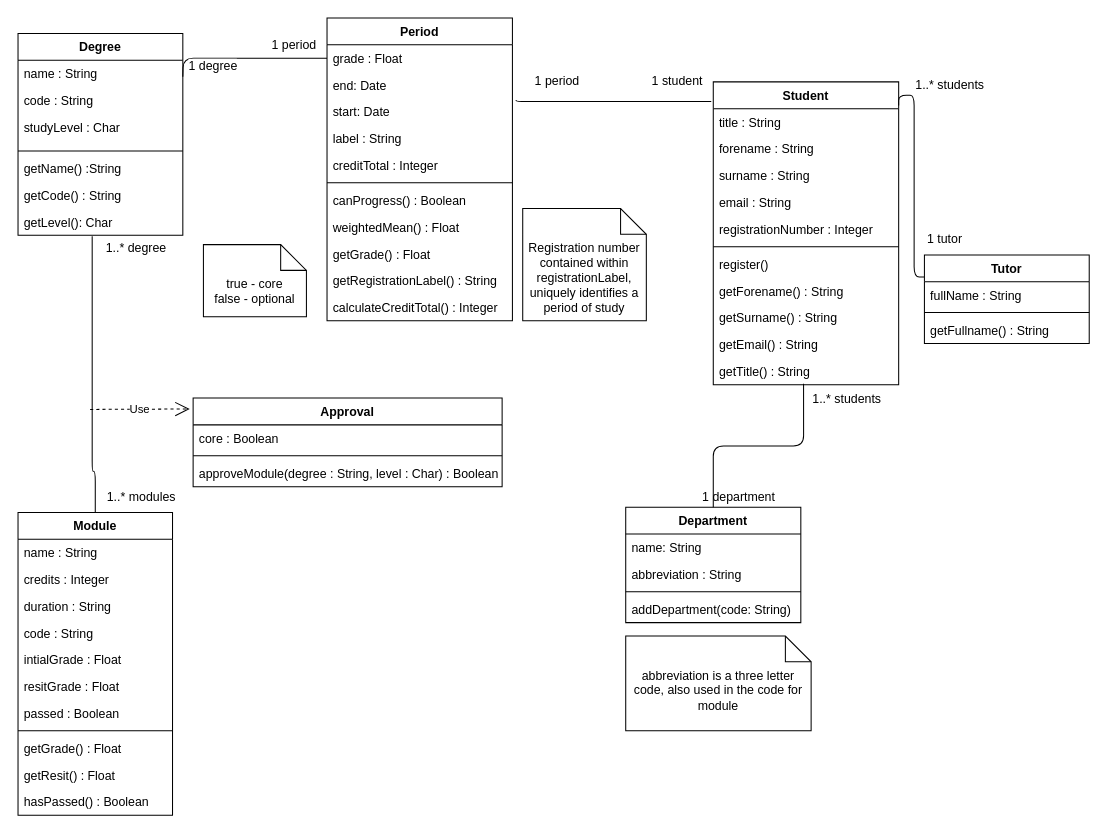
Earlier version of the draw.io diagram Initial Information Model.drawio (SB-Baek/com2008). Source tidied: cells renumbered, new cells numbered last; positions are measured from the earlier drawing's top-left corner, leaving out a move shared by most shapes. Both pictures are drawn from the tidied source at 103%, with x=0, y=0 at pixel (18, 18).
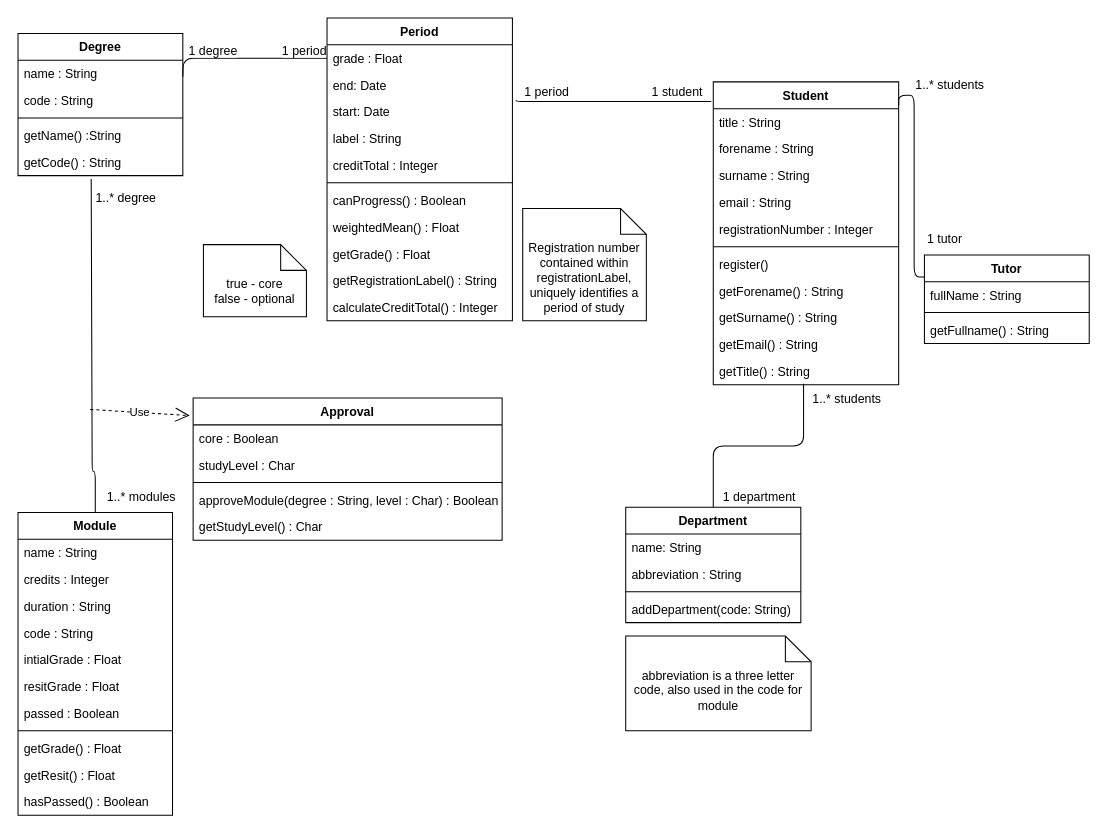
After the change.

Unchanged cells that the change refers to:
```xml
<mxCell id="10" value="Module&#10;" style="swimlane;fontStyle=1;align=center;verticalAlign=top;horizontal=1;startSize=26;" parent="1" vertex="1">
  <mxGeometry y="480" width="150" height="294" as="geometry" />
</mxCell>
<mxCell id="34" style="endArrow=none;html=1;edgeStyle=orthogonalEdgeStyle;entryX=-0.011;entryY=0.065;entryDx=0;entryDy=0;entryPerimeter=0;exitX=1.02;exitY=0.06;exitDx=0;exitDy=0;exitPerimeter=0;" parent="1" edge="1" source="57" target="22">
  <mxGeometry relative="1" as="geometry">
    <Array as="points">
      <mxPoint x="484" y="81" />
    </Array>
  </mxGeometry>
</mxCell>
<mxCell id="41" style="endArrow=none;html=1;edgeStyle=orthogonalEdgeStyle;fontSize=12;entryX=0;entryY=0.5;entryDx=0;entryDy=0;" parent="1" edge="1" target="55">
  <mxGeometry relative="1" as="geometry">
    <mxPoint x="160" y="57" as="sourcePoint" />
  </mxGeometry>
</mxCell>
```

The edit, as a diff of the source:
```diff
@@
     <mxCell id="2" value="Degree" style="swimlane;fontStyle=1;align=center;verticalAlign=top;horizontal=1;startSize=26;" parent="1" vertex="1">
-      <mxGeometry y="15" width="160" height="196" as="geometry" />
+      <mxGeometry y="15" width="160" height="138" as="geometry" />
     </mxCell>
@@
-    <mxCell id="5" value="studyLevel : Char" style="text;strokeColor=none;fillColor=none;align=left;verticalAlign=top;spacingLeft=4;spacingRight=4;overflow=hidden;" parent="2" vertex="1">
-      <mxGeometry y="78" width="160" height="32" as="geometry" />
-    </mxCell>
     <mxCell id="6" style="line;strokeWidth=1;fillColor=none;align=left;verticalAlign=middle;spacingTop=-1;spacingLeft=3;spacingRight=3;labelPosition=right;" parent="2" vertex="1">
-      <mxGeometry y="110" width="160" height="8" as="geometry" />
+      <mxGeometry y="78" width="160" height="8" as="geometry" />
     </mxCell>
     <mxCell id="7" value="getName() :String" style="text;strokeColor=none;fillColor=none;align=left;verticalAlign=top;spacingLeft=4;spacingRight=4;overflow=hidden;" parent="2" vertex="1">
-      <mxGeometry y="118" width="160" height="26" as="geometry" />
+      <mxGeometry y="86" width="160" height="26" as="geometry" />
     </mxCell>
     <mxCell id="8" value="getCode() : String" style="text;strokeColor=none;fillColor=none;align=left;verticalAlign=top;spacingLeft=4;spacingRight=4;overflow=hidden;points=[[0,0.5],[1,0.5]];portConstraint=eastwest;" parent="2" vertex="1">
-      <mxGeometry y="144" width="160" height="26" as="geometry" />
+      <mxGeometry y="112" width="160" height="26" as="geometry" />
     </mxCell>
-    <mxCell id="9" value="getLevel(): Char" style="text;strokeColor=none;fillColor=none;align=left;verticalAlign=top;spacingLeft=4;spacingRight=4;overflow=hidden;points=[[0,0.5],[1,0.5]];portConstraint=eastwest;" parent="2" vertex="1">
-      <mxGeometry y="170" width="160" height="26" as="geometry" />
-    </mxCell>
@@
     <mxCell id="35" value="1 period" style="edgeLabel;html=1;align=left;verticalAlign=bottom;fontSize=12;" parent="34" vertex="1">
       <mxGeometry x="-1" relative="1" as="geometry">
-        <mxPoint x="16.4" y="-9.6" as="offset" />
+        <mxPoint x="6.4" y="0.4" as="offset" />
       </mxGeometry>
     </mxCell>
     <mxCell id="36" value="1 student" style="edgeLabel;html=1;align=right;verticalAlign=bottom;fontSize=12;" parent="34" vertex="1">
       <mxGeometry x="1" relative="1" as="geometry">
-        <mxPoint x="-8.1" y="-11.1" as="offset" />
+        <mxPoint x="-8.1" y="-1.1" as="offset" />
       </mxGeometry>
     </mxCell>
@@
-    <mxCell id="38" style="endArrow=none;html=1;edgeStyle=orthogonalEdgeStyle;exitX=0.5;exitY=0;exitDx=0;exitDy=0;entryX=0.45;entryY=1.038;entryDx=0;entryDy=0;entryPerimeter=0;" parent="1" edge="1" source="10" target="9">
+    <mxCell id="38" style="endArrow=none;html=1;edgeStyle=orthogonalEdgeStyle;exitX=0.5;exitY=0;exitDx=0;exitDy=0;entryX=0.444;entryY=1.124;entryDx=0;entryDy=0;entryPerimeter=0;" parent="1" edge="1" source="10" target="8">
       <mxGeometry relative="1" as="geometry">
         <Array as="points">
+          <mxPoint x="75" y="440" />
           <mxPoint x="72" y="440" />
         </Array>
       </mxGeometry>
     </mxCell>
@@
     <mxCell id="42" value="1 degree" style="edgeLabel;html=1;align=left;verticalAlign=bottom;fontSize=12;" parent="41" vertex="1">
       <mxGeometry x="-1" relative="1" as="geometry">
-        <mxPoint x="4" y="-2" as="offset" />
+        <mxPoint x="4" y="-17" as="offset" />
       </mxGeometry>
     </mxCell>
     <mxCell id="43" value="1 period" style="edgeLabel;html=1;align=right;verticalAlign=bottom;fontSize=12;" parent="41" vertex="1">
       <mxGeometry x="1" relative="1" as="geometry">
-        <mxPoint x="-10" y="-4" as="offset" />
+        <mxPoint y="1" as="offset" />
       </mxGeometry>
     </mxCell>
     <mxCell id="44" value="1..* degree" style="text;html=1;strokeColor=none;fillColor=none;align=center;verticalAlign=middle;whiteSpace=wrap;rounded=0;" parent="1" vertex="1">
-      <mxGeometry x="80" y="214" width="70" height="20" as="geometry" />
+      <mxGeometry x="70" y="165" width="70" height="20" as="geometry" />
     </mxCell>
@@
     <mxCell id="53" value="1 department" style="text;html=1;strokeColor=none;fillColor=none;align=center;verticalAlign=middle;whiteSpace=wrap;rounded=0;" parent="1" vertex="1">
-      <mxGeometry x="630" y="455" width="140" height="20" as="geometry" />
+      <mxGeometry x="650" y="455" width="140" height="20" as="geometry" />
     </mxCell>
@@
     <mxCell id="66" value="Approval" style="swimlane;fontStyle=1;align=center;verticalAlign=top;horizontal=1;startSize=26;fontSize=12;" parent="1" vertex="1">
-      <mxGeometry x="170" y="369" width="300" height="86" as="geometry" />
+      <mxGeometry x="170" y="369" width="300" height="138" as="geometry" />
     </mxCell>
@@
+    <mxCell id="5" value="studyLevel : Char" style="text;strokeColor=none;fillColor=none;align=left;verticalAlign=top;spacingLeft=4;spacingRight=4;overflow=hidden;" parent="66" vertex="1">
+      <mxGeometry y="52" width="300" height="26" as="geometry" />
+    </mxCell>
     <mxCell id="68" style="line;strokeWidth=1;fillColor=none;align=left;verticalAlign=middle;spacingTop=-1;spacingLeft=3;spacingRight=3;labelPosition=right;" parent="66" vertex="1">
-      <mxGeometry y="52" width="300" height="8" as="geometry" />
+      <mxGeometry y="78" width="300" height="8" as="geometry" />
     </mxCell>
     <mxCell id="69" value="approveModule(degree : String, level : Char) : Boolean" style="text;strokeColor=none;fillColor=none;align=left;verticalAlign=top;spacingLeft=4;spacingRight=4;overflow=hidden;fontSize=12;" parent="66" vertex="1">
-      <mxGeometry y="60" width="300" height="26" as="geometry" />
+      <mxGeometry y="86" width="300" height="26" as="geometry" />
     </mxCell>
+    <mxCell id="79" value="getStudyLevel() : Char" style="text;strokeColor=none;fillColor=none;align=left;verticalAlign=top;spacingLeft=4;spacingRight=4;overflow=hidden;" parent="66" vertex="1">
+      <mxGeometry y="112" width="300" height="26" as="geometry" />
+    </mxCell>
```
